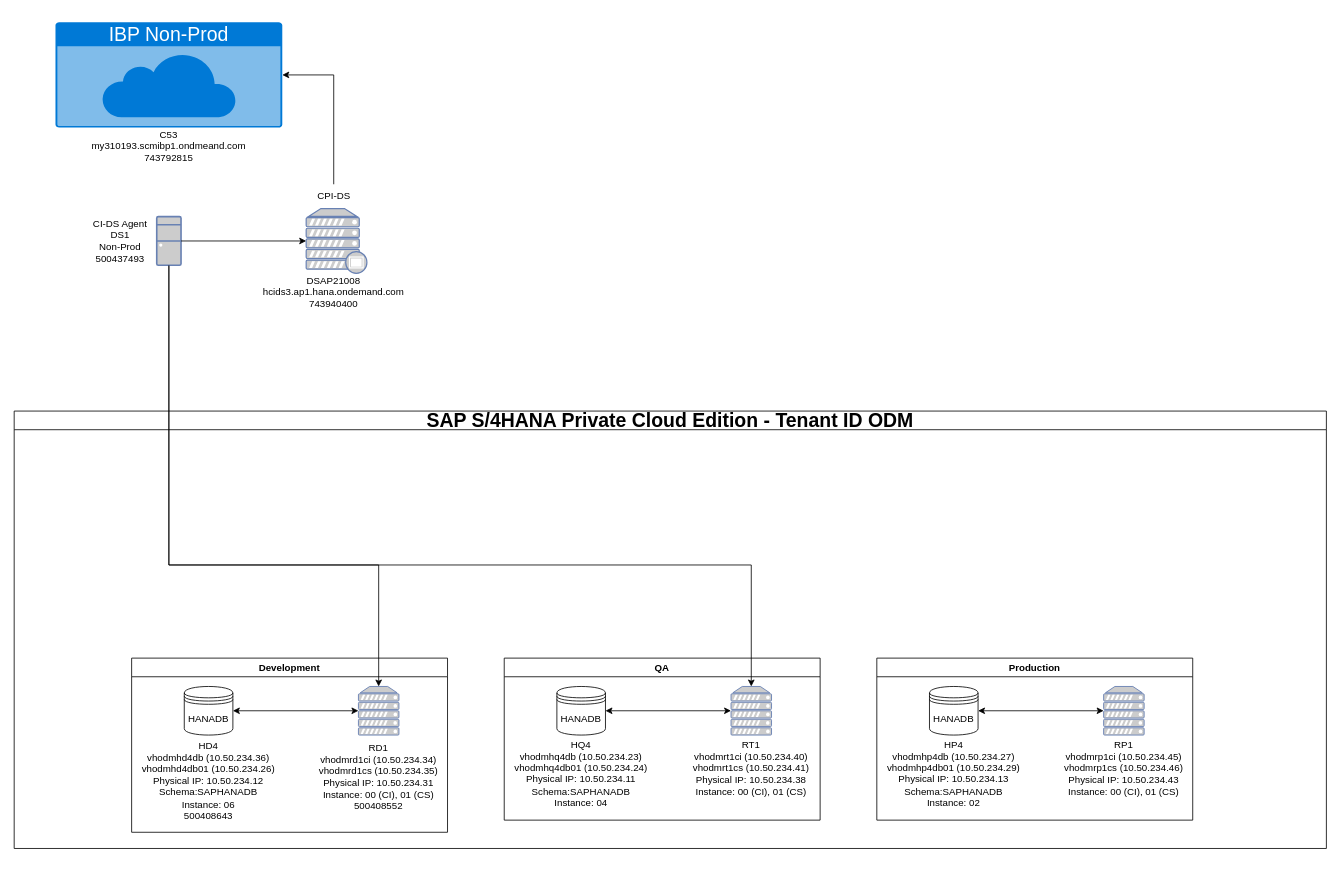
This is Network Landscape.drawio from acookoz/themanmountain.github.io, a draw.io file, before an edit. Source tidied: cells renumbered, new cells numbered last; positions are measured from the earlier drawing's top-left corner, leaving out a move shared by most shapes. Both pictures are drawn from the tidied source at 81%, with x=0, y=0 at pixel (14, 22).
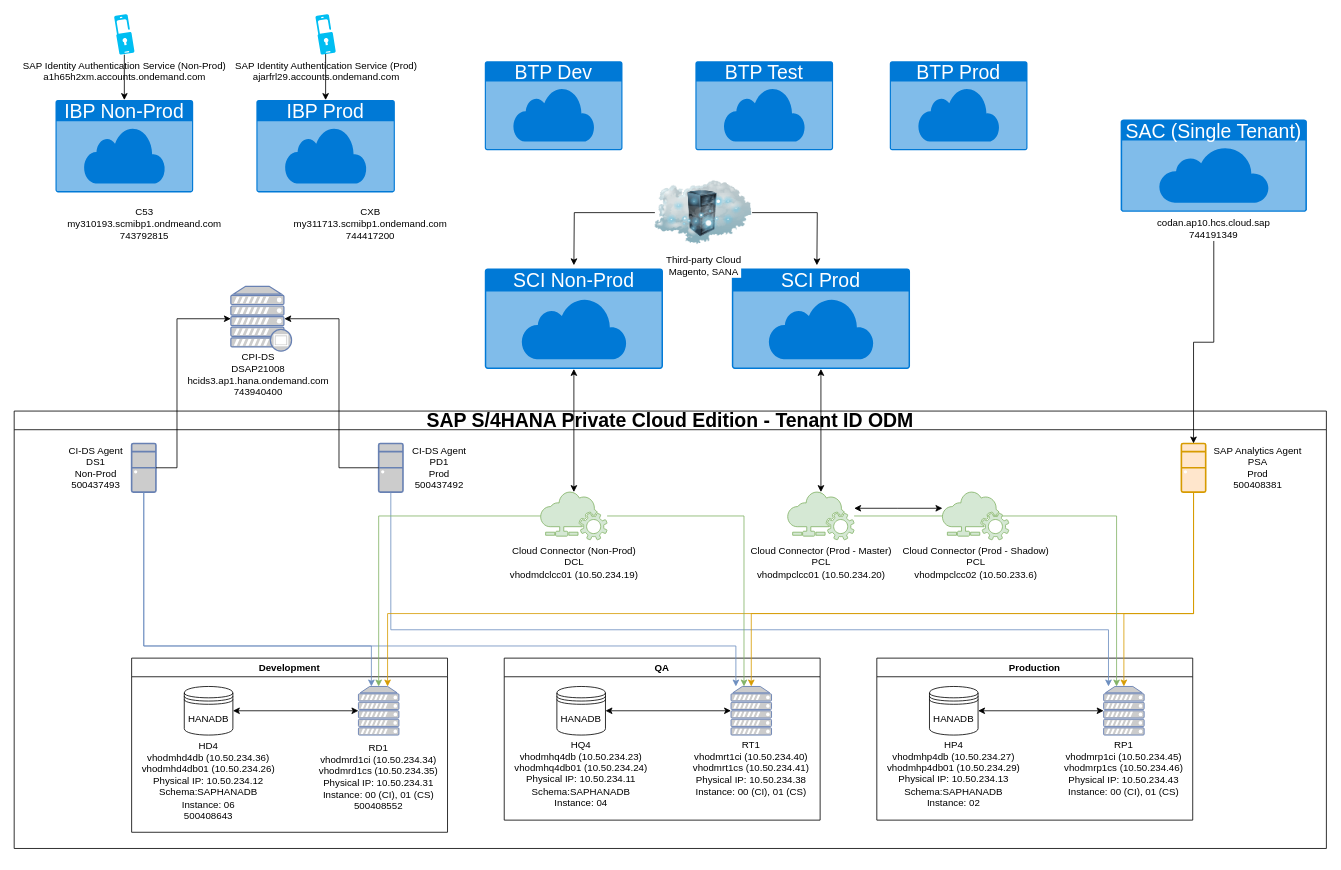
The same diagram, later.

The change refers to these unchanged cells:
```xml
<mxCell id="2" value="&lt;font style=&quot;font-size: 24px;&quot;&gt;SAP S/4HANA Private Cloud Edition - Tenant ID ODM&lt;/font&gt;" style="swimlane;whiteSpace=wrap;html=1;" parent="1" vertex="1">
  <mxGeometry y="480" width="1620" height="540" as="geometry" />
</mxCell>
<mxCell id="10" style="fontColor=#0066CC;verticalAlign=top;verticalLabelPosition=bottom;labelPosition=center;align=center;html=1;outlineConnect=0;fillColor=#CCCCCC;strokeColor=#6881B3;gradientColor=none;gradientDirection=north;strokeWidth=2;shape=mxgraph.networks.server;" parent="9" vertex="1">
  <mxGeometry x="80" width="50" height="60" as="geometry" />
</mxCell>
<mxCell id="19" style="fontColor=#0066CC;verticalAlign=top;verticalLabelPosition=bottom;labelPosition=center;align=center;html=1;outlineConnect=0;fillColor=#CCCCCC;strokeColor=#6881B3;gradientColor=none;gradientDirection=north;strokeWidth=2;shape=mxgraph.networks.server;" parent="13" vertex="1">
  <mxGeometry x="290" y="35" width="50" height="60" as="geometry" />
</mxCell>
<mxCell id="27" style="fontColor=#0066CC;verticalAlign=top;verticalLabelPosition=bottom;labelPosition=center;align=center;html=1;outlineConnect=0;fillColor=#CCCCCC;strokeColor=#6881B3;gradientColor=none;gradientDirection=north;strokeWidth=2;shape=mxgraph.networks.server;" parent="21" vertex="1">
  <mxGeometry x="290" y="35" width="50" height="60" as="geometry" />
</mxCell>
```

Change to the diagram source:
```diff
@@
+    <mxCell id="36" style="fontColor=#0066CC;verticalAlign=top;verticalLabelPosition=bottom;labelPosition=center;align=center;html=1;outlineConnect=0;fillColor=#CCCCCC;strokeColor=#6881B3;gradientColor=none;gradientDirection=north;strokeWidth=2;shape=mxgraph.networks.desktop_pc;" parent="2" vertex="1">
+      <mxGeometry x="145" y="40" width="30" height="60" as="geometry" />
+    </mxCell>
+    <mxCell id="37" value="CI-DS Agent&lt;br&gt;DS1&lt;div&gt;Non-Prod&lt;/div&gt;&lt;div&gt;500437493&lt;/div&gt;" style="text;html=1;align=center;verticalAlign=middle;whiteSpace=wrap;rounded=0;" parent="2" vertex="1">
+      <mxGeometry x="61" y="55" width="80" height="30" as="geometry" />
+    </mxCell>
+    <mxCell id="35" style="edgeStyle=orthogonalEdgeStyle;rounded=0;jettySize=auto;html=1;exitX=0.5;exitY=1;exitDx=0;exitDy=0;exitPerimeter=0;fillColor=#dae8fc;strokeColor=#6c8ebf;" parent="2" edge="1" source="36" target="10">
+      <mxGeometry relative="1" as="geometry">
+        <Array as="points">
+          <mxPoint x="160" y="290" />
+          <mxPoint x="441" y="290" />
+        </Array>
+      </mxGeometry>
+    </mxCell>
+    <mxCell id="39" style="edgeStyle=orthogonalEdgeStyle;rounded=0;jettySize=auto;html=1;endArrow=none;endFill=0;startArrow=classic;startFill=1;entryX=0.5;entryY=1;entryDx=0;entryDy=0;entryPerimeter=0;fillColor=#dae8fc;strokeColor=#6c8ebf;" parent="2" edge="1" source="19" target="36">
+      <mxGeometry relative="1" as="geometry">
+        <Array as="points">
+          <mxPoint x="891" y="290" />
+          <mxPoint x="160" y="290" />
+        </Array>
+      </mxGeometry>
+    </mxCell>
+    <mxCell id="40" style="fontColor=#0066CC;verticalAlign=top;verticalLabelPosition=bottom;labelPosition=center;align=center;html=1;outlineConnect=0;fillColor=#CCCCCC;strokeColor=#6881B3;gradientColor=none;gradientDirection=north;strokeWidth=2;shape=mxgraph.networks.desktop_pc;" parent="2" vertex="1">
+      <mxGeometry x="450" y="40" width="30" height="60" as="geometry" />
+    </mxCell>
+    <mxCell id="41" value="CI-DS Agent&lt;br&gt;PD1&lt;div&gt;Prod&lt;/div&gt;&lt;div&gt;500437492&lt;/div&gt;" style="text;html=1;align=center;verticalAlign=middle;whiteSpace=wrap;rounded=0;" parent="2" vertex="1">
+      <mxGeometry x="485" y="55" width="80" height="30" as="geometry" />
+    </mxCell>
+    <mxCell id="42" style="edgeStyle=orthogonalEdgeStyle;rounded=0;jettySize=auto;html=1;exitX=0.5;exitY=1;exitDx=0;exitDy=0;exitPerimeter=0;fillColor=#dae8fc;strokeColor=#6c8ebf;" parent="2" edge="1" source="40" target="27">
+      <mxGeometry relative="1" as="geometry">
+        <Array as="points">
+          <mxPoint x="465" y="270" />
+          <mxPoint x="1351" y="270" />
+        </Array>
+      </mxGeometry>
+    </mxCell>
+    <mxCell id="43" style="edgeStyle=orthogonalEdgeStyle;rounded=0;jettySize=auto;html=1;exitX=0.5;exitY=1;exitDx=0;exitDy=0;exitPerimeter=0;fillColor=#ffe6cc;strokeColor=#d79b00;" parent="2" edge="1" source="46" target="27">
+      <mxGeometry relative="1" as="geometry">
+        <Array as="points">
+          <mxPoint x="1456" y="250" />
+          <mxPoint x="1370" y="250" />
+        </Array>
+      </mxGeometry>
+    </mxCell>
+    <mxCell id="44" style="edgeStyle=orthogonalEdgeStyle;rounded=0;jettySize=auto;html=1;fillColor=#ffe6cc;strokeColor=#d79b00;" parent="2" edge="1" source="46" target="19">
+      <mxGeometry relative="1" as="geometry">
+        <Array as="points">
+          <mxPoint x="1456" y="250" />
+          <mxPoint x="910" y="250" />
+        </Array>
+      </mxGeometry>
+    </mxCell>
+    <mxCell id="45" style="edgeStyle=orthogonalEdgeStyle;rounded=0;jettySize=auto;html=1;fillColor=#ffe6cc;strokeColor=#d79b00;" parent="2" edge="1" source="46" target="10">
+      <mxGeometry relative="1" as="geometry">
+        <Array as="points">
+          <mxPoint x="1456" y="250" />
+          <mxPoint x="461" y="250" />
+        </Array>
+      </mxGeometry>
+    </mxCell>
+    <mxCell id="46" style="verticalAlign=top;verticalLabelPosition=bottom;labelPosition=center;align=center;html=1;outlineConnect=0;fillColor=#ffe6cc;strokeColor=#d79b00;gradientDirection=north;strokeWidth=2;shape=mxgraph.networks.desktop_pc;" parent="2" vertex="1">
+      <mxGeometry x="1441" y="40" width="30" height="60" as="geometry" />
+    </mxCell>
+    <mxCell id="47" value="SAP Analytics Agent&lt;br&gt;PSA&lt;br&gt;&lt;div&gt;Prod&lt;/div&gt;&lt;div&gt;500408381&lt;/div&gt;" style="text;html=1;align=center;verticalAlign=middle;whiteSpace=wrap;rounded=0;" parent="2" vertex="1">
+      <mxGeometry x="1471" y="55" width="129" height="30" as="geometry" />
+    </mxCell>
+    <mxCell id="48" value="Cloud Connector (Non-Prod)&lt;div&gt;DCL&lt;/div&gt;&lt;div&gt;vhodmdclcc01 (10.50.234.19)&lt;/div&gt;&lt;div&gt;&lt;br&gt;&lt;/div&gt;" style="sketch=0;shadow=0;dashed=0;html=1;strokeColor=#82b366;labelPosition=center;verticalLabelPosition=bottom;verticalAlign=top;align=center;fillColor=#d5e8d4;shape=mxgraph.mscae.intune.intune_connector;" parent="2" vertex="1">
+      <mxGeometry x="650" y="100" width="82" height="59" as="geometry" />
+    </mxCell>
+    <mxCell id="49" style="edgeStyle=orthogonalEdgeStyle;rounded=0;jettySize=auto;html=1;exitX=0;exitY=0.5;exitDx=0;exitDy=0;exitPerimeter=0;entryX=0.5;entryY=0;entryDx=0;entryDy=0;entryPerimeter=0;fillColor=#d5e8d4;strokeColor=#82b366;" parent="2" edge="1" source="48" target="10">
+      <mxGeometry relative="1" as="geometry">
+        <Array as="points">
+          <mxPoint x="450" y="130" />
+        </Array>
+      </mxGeometry>
+    </mxCell>
+    <mxCell id="50" style="edgeStyle=orthogonalEdgeStyle;rounded=0;jettySize=auto;html=1;fillColor=#d5e8d4;strokeColor=#82b366;" parent="2" edge="1" source="48" target="19">
+      <mxGeometry relative="1" as="geometry">
+        <Array as="points">
+          <mxPoint x="901" y="130" />
+        </Array>
+      </mxGeometry>
+    </mxCell>
+    <mxCell id="51" style="edgeStyle=orthogonalEdgeStyle;rounded=0;jettySize=auto;html=1;startArrow=classic;startFill=1;" parent="2" edge="1" source="53" target="54">
+      <mxGeometry relative="1" as="geometry">
+        <Array as="points">
+          <mxPoint x="1091" y="120" />
+          <mxPoint x="1091" y="120" />
+        </Array>
+      </mxGeometry>
+    </mxCell>
+    <mxCell id="52" style="edgeStyle=orthogonalEdgeStyle;rounded=0;jettySize=auto;html=1;fillColor=#d5e8d4;strokeColor=#82b366;" parent="2" edge="1" source="53" target="27">
+      <mxGeometry relative="1" as="geometry">
+        <Array as="points">
+          <mxPoint x="1361" y="130" />
+        </Array>
+      </mxGeometry>
+    </mxCell>
+    <mxCell id="53" value="Cloud Connector (Prod - Master)&lt;div&gt;PCL&lt;/div&gt;&lt;div&gt;vhodmpclcc01 (10.50.234.20)&lt;/div&gt;&lt;div&gt;&lt;br&gt;&lt;/div&gt;" style="sketch=0;shadow=0;dashed=0;html=1;strokeColor=#82b366;labelPosition=center;verticalLabelPosition=bottom;verticalAlign=top;align=center;fillColor=#d5e8d4;shape=mxgraph.mscae.intune.intune_connector;" parent="2" vertex="1">
+      <mxGeometry x="955" y="100" width="82" height="59" as="geometry" />
+    </mxCell>
+    <mxCell id="54" value="Cloud Connector (Prod - Shadow)&lt;div&gt;PCL&lt;/div&gt;&lt;div&gt;vhodmpclcc02 (10.50.233.6)&lt;/div&gt;&lt;div&gt;&lt;br&gt;&lt;/div&gt;" style="sketch=0;shadow=0;dashed=0;html=1;strokeColor=#82b366;labelPosition=center;verticalLabelPosition=bottom;verticalAlign=top;align=center;fillColor=#d5e8d4;shape=mxgraph.mscae.intune.intune_connector;" parent="2" vertex="1">
+      <mxGeometry x="1146" y="100" width="82" height="59" as="geometry" />
+    </mxCell>
     <mxCell id="29" value="&lt;font style=&quot;font-size: 24px;&quot;&gt;IBP Non-Prod&lt;/font&gt;" style="html=1;whiteSpace=wrap;strokeColor=none;fillColor=#0079D6;labelPosition=center;verticalLabelPosition=middle;verticalAlign=top;align=center;fontSize=12;outlineConnect=0;spacingTop=-6;fontColor=#FFFFFF;sketch=0;shape=mxgraph.sitemap.cloud;" parent="1" vertex="1">
-      <mxGeometry x="51" width="280" height="130" as="geometry" />
+      <mxGeometry x="51" y="96" width="170" height="114" as="geometry" />
     </mxCell>
     <mxCell id="30" value="&lt;div&gt;C53&lt;/div&gt;my310193.scmibp1.ondmeand.com&lt;div&gt;743792815&lt;/div&gt;" style="text;html=1;align=center;verticalAlign=middle;whiteSpace=wrap;rounded=0;" parent="1" vertex="1">
-      <mxGeometry x="161" y="138" width="60" height="30" as="geometry" />
+      <mxGeometry x="131" y="234" width="60" height="30" as="geometry" />
     </mxCell>
-    <mxCell id="31" style="edgeStyle=orthogonalEdgeStyle;rounded=0;jettySize=auto;html=1;" parent="1" edge="1" source="32" target="29">
-      <mxGeometry relative="1" as="geometry">
-        <Array as="points">
-          <mxPoint x="395" y="65" />
-        </Array>
-      </mxGeometry>
-    </mxCell>
-    <mxCell id="32" value="CPI-DS" style="text;html=1;align=center;verticalAlign=middle;whiteSpace=wrap;rounded=0;" parent="1" vertex="1">
-      <mxGeometry x="364.5" y="200" width="60" height="30" as="geometry" />
-    </mxCell>
     <mxCell id="33" style="fontColor=#0066CC;verticalAlign=top;verticalLabelPosition=bottom;labelPosition=center;align=center;html=1;outlineConnect=0;fillColor=#CCCCCC;strokeColor=#6881B3;gradientColor=none;gradientDirection=north;strokeWidth=2;shape=mxgraph.networks.proxy_server;" parent="1" vertex="1">
-      <mxGeometry x="360.5" y="230" width="75" height="80" as="geometry" />
+      <mxGeometry x="267.5" y="326" width="75" height="80" as="geometry" />
     </mxCell>
-    <mxCell id="34" value="DSAP21008&lt;div&gt;hcids3.ap1.hana.ondemand.com&lt;/div&gt;&lt;div&gt;743940400&lt;/div&gt;" style="text;html=1;align=center;verticalAlign=middle;whiteSpace=wrap;rounded=0;" parent="1" vertex="1">
-      <mxGeometry x="361" y="318" width="67" height="30" as="geometry" />
+    <mxCell id="34" value="&lt;div&gt;CPI-DS&lt;/div&gt;DSAP21008&lt;div&gt;hcids3.ap1.hana.ondemand.com&lt;/div&gt;&lt;div&gt;743940400&lt;/div&gt;" style="text;html=1;align=center;verticalAlign=middle;whiteSpace=wrap;rounded=0;" parent="1" vertex="1">
+      <mxGeometry x="268" y="420" width="67" height="30" as="geometry" />
     </mxCell>
-    <mxCell id="35" style="edgeStyle=orthogonalEdgeStyle;rounded=0;jettySize=auto;html=1;" parent="1" edge="1" source="36" target="10">
-      <mxGeometry relative="1" as="geometry">
-        <Array as="points">
-          <mxPoint x="191" y="670" />
-          <mxPoint x="450" y="670" />
-        </Array>
-      </mxGeometry>
-    </mxCell>
-    <mxCell id="36" style="fontColor=#0066CC;verticalAlign=top;verticalLabelPosition=bottom;labelPosition=center;align=center;html=1;outlineConnect=0;fillColor=#CCCCCC;strokeColor=#6881B3;gradientColor=none;gradientDirection=north;strokeWidth=2;shape=mxgraph.networks.desktop_pc;" parent="1" vertex="1">
-      <mxGeometry x="176" y="240" width="30" height="60" as="geometry" />
-    </mxCell>
-    <mxCell id="37" value="CI-DS Agent&lt;br&gt;DS1&lt;div&gt;Non-Prod&lt;/div&gt;&lt;div&gt;500437493&lt;/div&gt;" style="text;html=1;align=center;verticalAlign=middle;whiteSpace=wrap;rounded=0;" parent="1" vertex="1">
-      <mxGeometry x="91" y="255" width="80" height="30" as="geometry" />
-    </mxCell>
     <mxCell id="38" style="edgeStyle=orthogonalEdgeStyle;rounded=0;jettySize=auto;html=1;exitX=1;exitY=0.5;exitDx=0;exitDy=0;exitPerimeter=0;entryX=0;entryY=0.5;entryDx=0;entryDy=0;entryPerimeter=0;" parent="1" edge="1" source="36" target="33">
-      <mxGeometry relative="1" as="geometry" />
+      <mxGeometry relative="1" as="geometry">
+        <Array as="points">
+          <mxPoint x="201" y="550" />
+          <mxPoint x="201" y="366" />
+        </Array>
+      </mxGeometry>
     </mxCell>
-    <mxCell id="39" style="edgeStyle=orthogonalEdgeStyle;rounded=0;jettySize=auto;html=1;endArrow=none;endFill=0;startArrow=classic;startFill=1;" parent="1" edge="1" source="19" target="36">
-      <mxGeometry relative="1" as="geometry">
-        <Array as="points">
-          <mxPoint x="910" y="670" />
-          <mxPoint x="191" y="670" />
-        </Array>
-      </mxGeometry>
-    </mxCell>
+    <mxCell id="55" style="edgeStyle=orthogonalEdgeStyle;rounded=0;jettySize=auto;html=1;entryX=0.88;entryY=0.5;entryDx=0;entryDy=0;entryPerimeter=0;" parent="1" edge="1" source="40" target="33">
+      <mxGeometry relative="1" as="geometry">
+        <Array as="points">
+          <mxPoint x="401" y="550" />
+          <mxPoint x="401" y="366" />
+        </Array>
+      </mxGeometry>
+    </mxCell>
+    <mxCell id="56" value="&lt;font style=&quot;font-size: 24px;&quot;&gt;IBP Prod&lt;/font&gt;" style="html=1;whiteSpace=wrap;strokeColor=none;fillColor=#0079D6;labelPosition=center;verticalLabelPosition=middle;verticalAlign=top;align=center;fontSize=12;outlineConnect=0;spacingTop=-6;fontColor=#FFFFFF;sketch=0;shape=mxgraph.sitemap.cloud;" parent="1" vertex="1">
+      <mxGeometry x="299" y="96" width="171" height="114" as="geometry" />
+    </mxCell>
+    <mxCell id="57" value="&lt;div&gt;CXB&lt;/div&gt;my311713.scmibp1.ondemand.com&lt;br&gt;&lt;div&gt;744417200&lt;/div&gt;" style="text;html=1;align=center;verticalAlign=middle;whiteSpace=wrap;rounded=0;" parent="1" vertex="1">
+      <mxGeometry x="410" y="234" width="60" height="30" as="geometry" />
+    </mxCell>
+    <mxCell id="58" value="SAP Identity Authentication Service (Non-Prod)&lt;div&gt;a1h65h2xm.accounts.ondemand.com&lt;/div&gt;" style="verticalLabelPosition=bottom;html=1;verticalAlign=top;align=center;strokeColor=none;fillColor=#00BEF2;shape=mxgraph.azure.multi_factor_authentication;" parent="1" vertex="1">
+      <mxGeometry x="123.5" y="-10" width="25" height="50" as="geometry" />
+    </mxCell>
+    <mxCell id="59" value="SAP Identity Authentication Service (Prod)&lt;div&gt;ajarfrl29.accounts.ondemand.com&lt;/div&gt;" style="verticalLabelPosition=bottom;html=1;verticalAlign=top;align=center;strokeColor=none;fillColor=#00BEF2;shape=mxgraph.azure.multi_factor_authentication;" parent="1" vertex="1">
+      <mxGeometry x="372" y="-10" width="25" height="50" as="geometry" />
+    </mxCell>
+    <mxCell id="60" style="edgeStyle=orthogonalEdgeStyle;rounded=0;jettySize=auto;html=1;exitX=0.5;exitY=0.985;exitDx=0;exitDy=0;exitPerimeter=0;entryX=0.5;entryY=0;entryDx=0;entryDy=0;entryPerimeter=0;" parent="1" edge="1" source="59" target="56">
+      <mxGeometry relative="1" as="geometry" />
+    </mxCell>
+    <mxCell id="61" style="edgeStyle=orthogonalEdgeStyle;rounded=0;jettySize=auto;html=1;" parent="1" edge="1" source="62" target="46">
+      <mxGeometry relative="1" as="geometry" />
+    </mxCell>
+    <mxCell id="62" value="&lt;div&gt;codan.ap10.hcs.cloud.sap&lt;/div&gt;&lt;div&gt;744191349&lt;/div&gt;" style="text;html=1;align=center;verticalAlign=middle;whiteSpace=wrap;rounded=0;" parent="1" vertex="1">
+      <mxGeometry x="1451" y="240" width="60" height="30" as="geometry" />
+    </mxCell>
+    <mxCell id="63" value="&lt;font style=&quot;font-size: 24px;&quot;&gt;SAC (Single Tenant)&lt;/font&gt;" style="html=1;whiteSpace=wrap;strokeColor=none;fillColor=#0079D6;labelPosition=center;verticalLabelPosition=middle;verticalAlign=top;align=center;fontSize=12;spacingTop=-6;fontColor=#FFFFFF;sketch=0;shape=mxgraph.sitemap.cloud;" parent="1" vertex="1">
+      <mxGeometry x="1366" y="120" width="230" height="114" as="geometry" />
+    </mxCell>
+    <mxCell id="64" value="&lt;font style=&quot;font-size: 24px;&quot;&gt;SCI Non-Prod&lt;/font&gt;" style="html=1;whiteSpace=wrap;strokeColor=none;fillColor=#0079D6;labelPosition=center;verticalLabelPosition=middle;verticalAlign=top;align=center;fontSize=12;outlineConnect=0;spacingTop=-6;fontColor=#FFFFFF;sketch=0;shape=mxgraph.sitemap.cloud;" parent="1" vertex="1">
+      <mxGeometry x="581" y="304" width="220" height="124" as="geometry" />
+    </mxCell>
+    <mxCell id="65" style="edgeStyle=orthogonalEdgeStyle;rounded=0;jettySize=auto;html=1;startArrow=classic;startFill=1;" parent="1" edge="1" source="66" target="53">
+      <mxGeometry relative="1" as="geometry" />
+    </mxCell>
+    <mxCell id="66" value="&lt;font style=&quot;font-size: 24px;&quot;&gt;SCI Prod&lt;/font&gt;" style="html=1;whiteSpace=wrap;strokeColor=none;fillColor=#0079D6;labelPosition=center;verticalLabelPosition=middle;verticalAlign=top;align=center;fontSize=12;outlineConnect=0;spacingTop=-6;fontColor=#FFFFFF;sketch=0;shape=mxgraph.sitemap.cloud;" parent="1" vertex="1">
+      <mxGeometry x="886" y="304" width="220" height="124" as="geometry" />
+    </mxCell>
+    <mxCell id="67" value="&lt;font style=&quot;font-size: 24px;&quot;&gt;BTP Dev&lt;/font&gt;" style="html=1;whiteSpace=wrap;strokeColor=none;fillColor=#0079D6;labelPosition=center;verticalLabelPosition=middle;verticalAlign=top;align=center;fontSize=12;spacingTop=-6;fontColor=#FFFFFF;sketch=0;shape=mxgraph.sitemap.cloud;" parent="1" vertex="1">
+      <mxGeometry x="581" y="48" width="170" height="110" as="geometry" />
+    </mxCell>
+    <mxCell id="68" value="&lt;font style=&quot;font-size: 24px;&quot;&gt;BTP Test&lt;/font&gt;" style="html=1;whiteSpace=wrap;strokeColor=none;fillColor=#0079D6;labelPosition=center;verticalLabelPosition=middle;verticalAlign=top;align=center;fontSize=12;spacingTop=-6;fontColor=#FFFFFF;sketch=0;shape=mxgraph.sitemap.cloud;" parent="1" vertex="1">
+      <mxGeometry x="841" y="48" width="170" height="110" as="geometry" />
+    </mxCell>
+    <mxCell id="69" value="&lt;font style=&quot;font-size: 24px;&quot;&gt;BTP Prod&lt;/font&gt;" style="html=1;whiteSpace=wrap;strokeColor=none;fillColor=#0079D6;labelPosition=center;verticalLabelPosition=middle;verticalAlign=top;align=center;fontSize=12;spacingTop=-6;fontColor=#FFFFFF;sketch=0;shape=mxgraph.sitemap.cloud;" parent="1" vertex="1">
+      <mxGeometry x="1081" y="48" width="170" height="110" as="geometry" />
+    </mxCell>
+    <mxCell id="70" style="edgeStyle=orthogonalEdgeStyle;rounded=0;jettySize=auto;html=1;entryX=0.5;entryY=0;entryDx=0;entryDy=0;entryPerimeter=0;" parent="1" edge="1" source="58" target="29">
+      <mxGeometry relative="1" as="geometry" />
+    </mxCell>
+    <mxCell id="71" style="edgeStyle=orthogonalEdgeStyle;rounded=0;jettySize=auto;html=1;startArrow=classic;startFill=1;" parent="1" edge="1" source="64" target="48">
+      <mxGeometry relative="1" as="geometry" />
+    </mxCell>
+    <mxCell id="72" style="edgeStyle=orthogonalEdgeStyle;rounded=0;jettySize=auto;html=1;" parent="1" edge="1" source="74">
+      <mxGeometry relative="1" as="geometry">
+        <mxPoint x="691" y="300" as="targetPoint" />
+      </mxGeometry>
+    </mxCell>
+    <mxCell id="73" style="edgeStyle=orthogonalEdgeStyle;rounded=0;jettySize=auto;html=1;" parent="1" edge="1" source="74">
+      <mxGeometry relative="1" as="geometry">
+        <mxPoint x="991" y="300" as="targetPoint" />
+      </mxGeometry>
+    </mxCell>
+    <mxCell id="74" value="Third-party Cloud&lt;br&gt;Magento, SANA" style="image;html=1;image=img/lib/clip_art/networking/Cloud_Rack_128x128.png;" parent="1" vertex="1">
+      <mxGeometry x="791" y="190" width="120" height="90" as="geometry" />
+    </mxCell>
```
